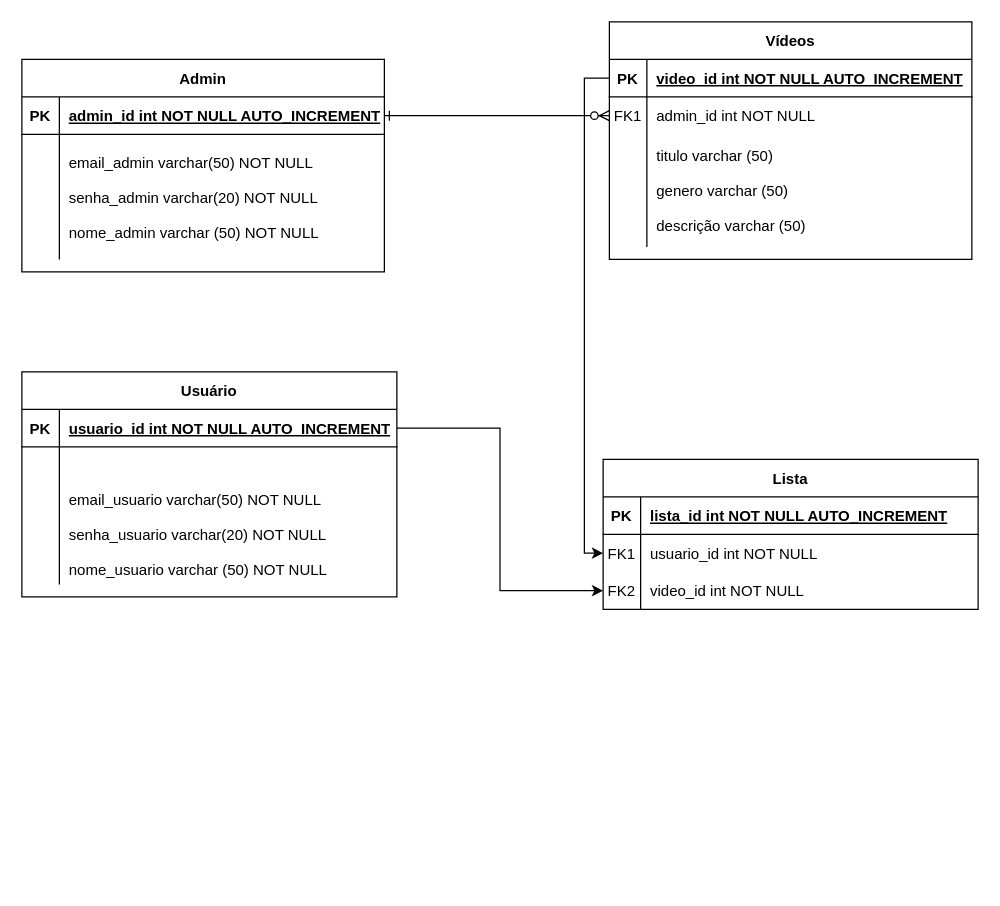
The draw.io diagram ML_DevPlus.drawio in sabrinamarinho/DevPlus, before the edit. Source tidied: cells renumbered, new cells numbered last; positions are measured from the earlier drawing's top-left corner, leaving out a move shared by most shapes. Both pictures are drawn from the tidied source at 125%, with x=0, y=0 at pixel (21, 21).
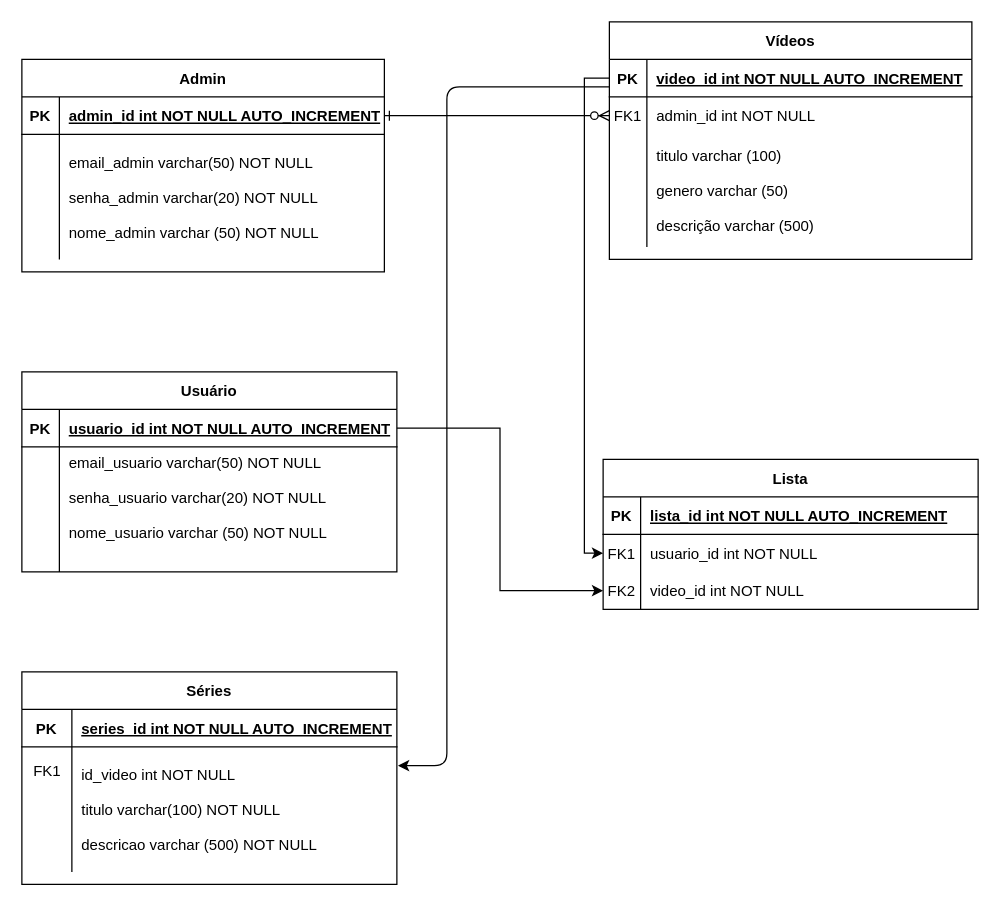
After the change.

The change refers to these unchanged cells:
```xml
<mxCell id="10" style="shape=partialRectangle;fillColor=none;top=0;left=0;right=0;bottom=0;" parent="3" vertex="1">
  <mxGeometry y="90" width="290" height="90" as="geometry" />
</mxCell>
```

Change to the diagram source:
```diff
@@
-    <mxCell id="12" value="titulo varchar (50)&#10;&#10;genero varchar (50)&#10;&#10;descrição varchar (50) " style="shape=partialRectangle;overflow=hidden;fillColor=none;top=0;left=0;bottom=0;right=0;align=left;spacingLeft=6;" parent="10" vertex="1">
+    <mxCell id="12" value="titulo varchar (100)&#10;&#10;genero varchar (50)&#10;&#10;descrição varchar (500) " style="shape=partialRectangle;overflow=hidden;fillColor=none;top=0;left=0;bottom=0;right=0;align=left;spacingLeft=6;" parent="10" vertex="1">
       <mxGeometry x="30" width="260" height="90" as="geometry" />
     </mxCell>
     <mxCell id="13" value="Usuário" style="shape=table;startSize=30;childLayout=tableLayout;rowLines=0;fontStyle=1;align=center;" parent="1" vertex="1">
-      <mxGeometry y="280" width="300" height="180" as="geometry" />
+      <mxGeometry y="280" width="300" height="160" as="geometry" />
     </mxCell>
@@
+    <mxCell id="20" style="shape=partialRectangle;fillColor=none;top=0;left=0;right=0;bottom=0;" parent="13" vertex="1">
+      <mxGeometry y="60" width="300" height="80" as="geometry" />
+    </mxCell>
+    <mxCell id="21" style="shape=partialRectangle;overflow=hidden;fillColor=none;top=0;left=0;bottom=0;right=0;" parent="20" vertex="1">
+      <mxGeometry width="30" height="80" as="geometry" />
+    </mxCell>
+    <mxCell id="22" value="email_usuario varchar(50) NOT NULL&#10;&#10;senha_usuario varchar(20) NOT NULL&#10;&#10;nome_usuario varchar (50) NOT NULL" style="shape=partialRectangle;overflow=hidden;fillColor=none;top=0;left=0;bottom=0;right=0;align=left;spacingLeft=6;" parent="20" vertex="1">
+      <mxGeometry x="30" width="270" height="80" as="geometry" />
+    </mxCell>
     <mxCell id="17" style="shape=partialRectangle;fillColor=none;top=0;left=0;right=0;bottom=0;" parent="13" vertex="1">
-      <mxGeometry y="60" width="300" height="30" as="geometry" />
+      <mxGeometry y="140" width="300" height="20" as="geometry" />
     </mxCell>
     <mxCell id="18" style="shape=partialRectangle;overflow=hidden;fillColor=none;top=0;left=0;bottom=0;right=0;" parent="17" vertex="1">
-      <mxGeometry width="30" height="30" as="geometry" />
+      <mxGeometry width="30" height="20" as="geometry" />
     </mxCell>
-    <mxCell id="19" value=" " style="shape=partialRectangle;overflow=hidden;fillColor=none;top=0;left=0;bottom=0;right=0;align=left;spacingLeft=6;" parent="17" vertex="1">
-      <mxGeometry x="30" width="270" height="30" as="geometry" />
+    <mxCell id="19" style="shape=partialRectangle;overflow=hidden;fillColor=none;top=0;left=0;bottom=0;right=0;align=left;spacingLeft=6;" parent="17" vertex="1">
+      <mxGeometry x="30" width="270" height="20" as="geometry" />
     </mxCell>
-    <mxCell id="20" style="shape=partialRectangle;fillColor=none;top=0;left=0;right=0;bottom=0;" parent="13" vertex="1">
-      <mxGeometry y="90" width="300" height="80" as="geometry" />
-    </mxCell>
-    <mxCell id="21" style="shape=partialRectangle;overflow=hidden;fillColor=none;top=0;left=0;bottom=0;right=0;" parent="20" vertex="1">
-      <mxGeometry width="30" height="80" as="geometry" />
-    </mxCell>
-    <mxCell id="22" value="email_usuario varchar(50) NOT NULL&#10;&#10;senha_usuario varchar(20) NOT NULL&#10;&#10;nome_usuario varchar (50) NOT NULL" style="shape=partialRectangle;overflow=hidden;fillColor=none;top=0;left=0;bottom=0;right=0;align=left;spacingLeft=6;" parent="20" vertex="1">
-      <mxGeometry x="30" width="270" height="80" as="geometry" />
-    </mxCell>
@@
+    <mxCell id="42" value="Séries" style="shape=table;startSize=30;childLayout=tableLayout;rowLines=0;fontStyle=1;align=center;" parent="1" vertex="1">
+      <mxGeometry y="520" width="300" height="170" as="geometry" />
+    </mxCell>
+    <mxCell id="43" style="shape=partialRectangle;fillColor=none;top=0;left=0;right=0;bottom=1;" parent="42" vertex="1">
+      <mxGeometry y="30" width="300" height="30" as="geometry" />
+    </mxCell>
+    <mxCell id="44" value="PK" style="shape=partialRectangle;overflow=hidden;fillColor=none;top=0;left=0;bottom=0;right=0;fontStyle=1;" parent="43" vertex="1">
+      <mxGeometry width="40" height="30" as="geometry" />
+    </mxCell>
+    <mxCell id="45" value="series_id int NOT NULL AUTO_INCREMENT" style="shape=partialRectangle;overflow=hidden;fillColor=none;top=0;left=0;bottom=0;right=0;align=left;spacingLeft=6;fontStyle=5;" parent="43" vertex="1">
+      <mxGeometry x="40" width="260" height="30" as="geometry" />
+    </mxCell>
+    <mxCell id="46" style="shape=partialRectangle;fillColor=none;points=[[0,0.5],[1,0.5]];portConstraint=eastwest;top=0;left=0;right=0;bottom=0;" parent="42" vertex="1">
+      <mxGeometry y="60" width="300" height="100" as="geometry" />
+    </mxCell>
+    <mxCell id="47" style="shape=partialRectangle;overflow=hidden;fillColor=none;top=0;left=0;bottom=0;right=0;" parent="46" vertex="1">
+      <mxGeometry width="40" height="100" as="geometry" />
+    </mxCell>
+    <mxCell id="48" value="id_video int NOT NULL&#10;&#10;titulo varchar(100) NOT NULL&#10;&#10;descricao varchar (500) NOT NULL" style="shape=partialRectangle;overflow=hidden;fillColor=none;top=0;left=0;bottom=0;right=0;align=left;spacingLeft=6;" parent="46" vertex="1">
+      <mxGeometry x="40" width="260" height="100" as="geometry" />
+    </mxCell>
+    <mxCell id="49" style="endArrow=classic;html=1;entryX=1.003;entryY=0.15;entryDx=0;entryDy=0;entryPerimeter=0;" parent="1" edge="1" target="46">
+      <mxGeometry relative="1" as="geometry">
+        <mxPoint x="470" y="52" as="sourcePoint" />
+        <Array as="points">
+          <mxPoint x="340" y="52" />
+          <mxPoint x="340" y="470" />
+          <mxPoint x="340" y="595" />
+        </Array>
+      </mxGeometry>
+    </mxCell>
+    <mxCell id="50" value="FK1" style="text;html=1;align=center;verticalAlign=middle;" parent="1" vertex="1">
+      <mxGeometry y="590" width="40" height="20" as="geometry" />
+    </mxCell>
```
